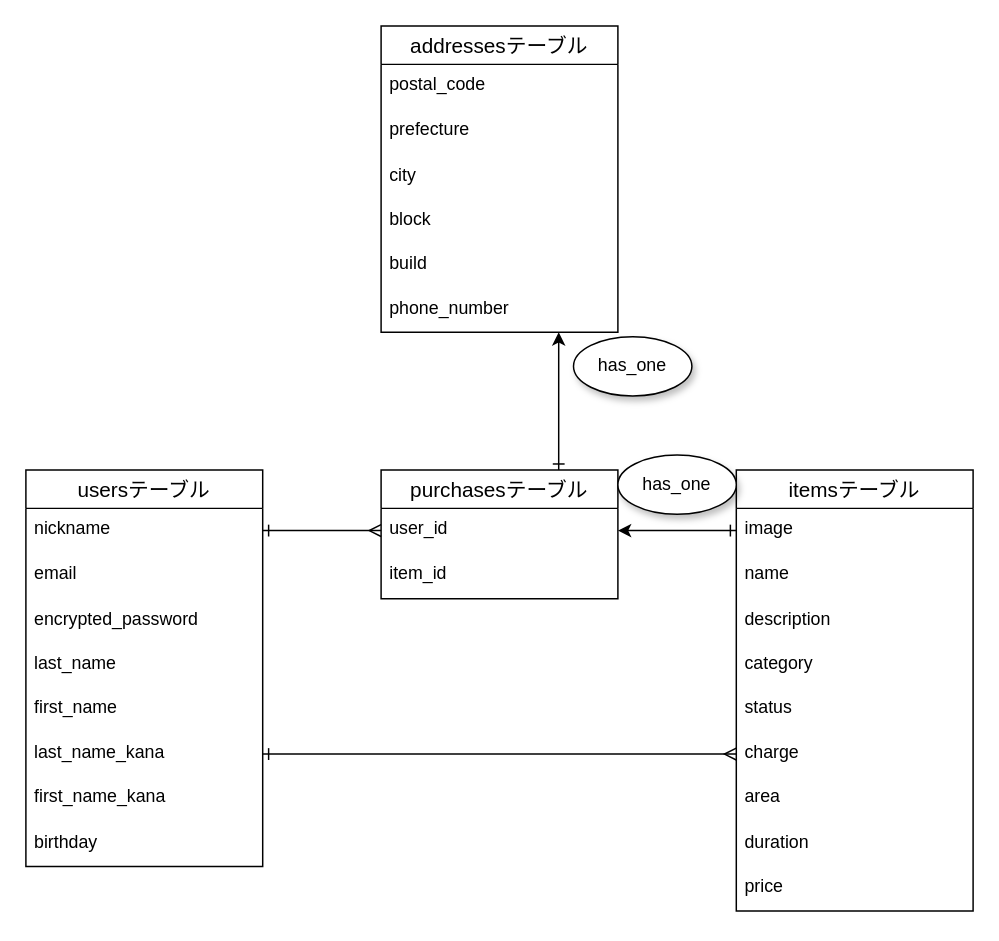
Before: ERdiagram.dio in junkikodama/furima-35850, a draw.io diagram. Source tidied: cells renumbered, new cells numbered last; positions are measured from the earlier drawing's top-left corner, leaving out a move shared by most shapes. Both pictures are drawn from the tidied source at 148%, with x=0, y=0 at pixel (25, 25).
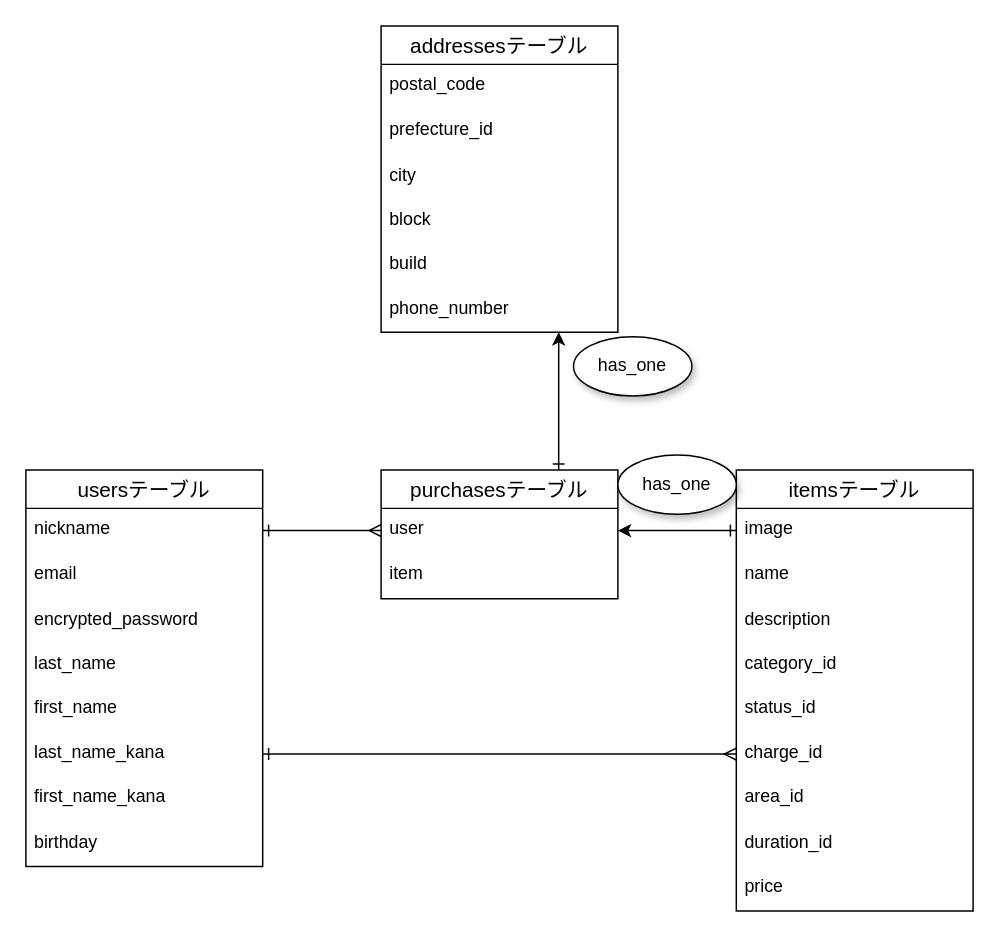
Above is the later version.

Commit message (it also covers changes not shown here):
ER図、README修正1回目

Unchanged cells that the change refers to:
```xml
<mxCell id="12" value="purchasesテーブル" style="swimlane;fontStyle=0;horizontal=1;startSize=26;align=center;fontSize=14;" parent="1" vertex="1">
  <mxGeometry x="240" y="300" width="160" height="87" as="geometry" />
</mxCell>
<mxCell id="15" value="itemsテーブル" style="swimlane;fontStyle=0;horizontal=1;startSize=26;align=center;fontSize=14;" parent="1" vertex="1">
  <mxGeometry x="480" y="300" width="160" height="298" as="geometry" />
</mxCell>
<mxCell id="25" value="addressesテーブル" style="swimlane;fontStyle=0;horizontal=1;startSize=26;align=center;fontSize=14;" parent="1" vertex="1">
  <mxGeometry x="240" width="160" height="207" as="geometry" />
</mxCell>
```

Change to the diagram source:
```diff
@@
-    <mxCell id="13" value="user_id" style="text;strokeColor=none;fillColor=none;spacingLeft=4;spacingRight=4;overflow=hidden;points=[[0,0.5],[1,0.5]];portConstraint=eastwest;fontSize=12;" parent="12" vertex="1">
+    <mxCell id="13" value="user" style="text;strokeColor=none;fillColor=none;spacingLeft=4;spacingRight=4;overflow=hidden;points=[[0,0.5],[1,0.5]];portConstraint=eastwest;fontSize=12;" parent="12" vertex="1">
       <mxGeometry y="26" width="160" height="30" as="geometry" />
     </mxCell>
-    <mxCell id="14" value="item_id" style="text;strokeColor=none;fillColor=none;spacingLeft=4;spacingRight=4;overflow=hidden;fontSize=12;" parent="12" vertex="1">
+    <mxCell id="14" value="item" style="text;strokeColor=none;fillColor=none;spacingLeft=4;spacingRight=4;overflow=hidden;fontSize=12;" parent="12" vertex="1">
       <mxGeometry y="56" width="160" height="31" as="geometry" />
     </mxCell>
@@
-    <mxCell id="19" value="category" style="text;strokeColor=none;fillColor=none;spacingLeft=4;spacingRight=4;overflow=hidden;fontSize=12;" parent="15" vertex="1">
+    <mxCell id="19" value="category_id" style="text;strokeColor=none;fillColor=none;spacingLeft=4;spacingRight=4;overflow=hidden;fontSize=12;" parent="15" vertex="1">
       <mxGeometry y="117" width="160" height="30" as="geometry" />
     </mxCell>
-    <mxCell id="20" value="status" style="text;strokeColor=none;fillColor=none;spacingLeft=4;spacingRight=4;overflow=hidden;fontSize=12;" parent="15" vertex="1">
+    <mxCell id="20" value="status_id" style="text;strokeColor=none;fillColor=none;spacingLeft=4;spacingRight=4;overflow=hidden;fontSize=12;" parent="15" vertex="1">
       <mxGeometry y="147" width="160" height="30" as="geometry" />
     </mxCell>
-    <mxCell id="21" value="charge" style="text;strokeColor=none;fillColor=none;spacingLeft=4;spacingRight=4;overflow=hidden;points=[[0,0.5],[1,0.5]];portConstraint=eastwest;fontSize=12;" parent="15" vertex="1">
+    <mxCell id="21" value="charge_id" style="text;strokeColor=none;fillColor=none;spacingLeft=4;spacingRight=4;overflow=hidden;points=[[0,0.5],[1,0.5]];portConstraint=eastwest;fontSize=12;" parent="15" vertex="1">
       <mxGeometry y="177" width="160" height="30" as="geometry" />
     </mxCell>
-    <mxCell id="22" value="area" style="text;strokeColor=none;fillColor=none;spacingLeft=4;spacingRight=4;overflow=hidden;fontSize=12;" parent="15" vertex="1">
+    <mxCell id="22" value="area_id" style="text;strokeColor=none;fillColor=none;spacingLeft=4;spacingRight=4;overflow=hidden;fontSize=12;" parent="15" vertex="1">
       <mxGeometry y="207" width="160" height="31" as="geometry" />
     </mxCell>
-    <mxCell id="23" value="duration" style="text;strokeColor=none;fillColor=none;spacingLeft=4;spacingRight=4;overflow=hidden;fontSize=12;" parent="15" vertex="1">
+    <mxCell id="23" value="duration_id" style="text;strokeColor=none;fillColor=none;spacingLeft=4;spacingRight=4;overflow=hidden;fontSize=12;" parent="15" vertex="1">
       <mxGeometry y="238" width="160" height="30" as="geometry" />
     </mxCell>
@@
-    <mxCell id="27" value="prefecture" style="text;strokeColor=none;fillColor=none;spacingLeft=4;spacingRight=4;overflow=hidden;fontSize=12;" parent="25" vertex="1">
+    <mxCell id="27" value="prefecture_id" style="text;strokeColor=none;fillColor=none;spacingLeft=4;spacingRight=4;overflow=hidden;fontSize=12;" parent="25" vertex="1">
       <mxGeometry y="56" width="160" height="31" as="geometry" />
     </mxCell>
```
